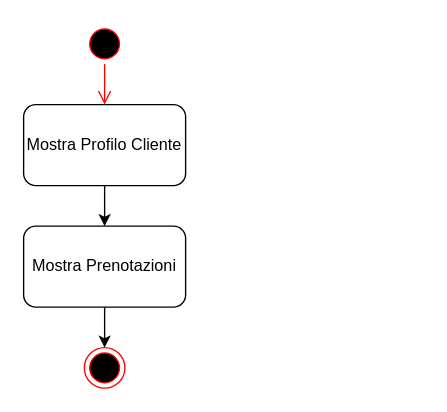
Above: Diagrammi_delle_attivita/Modificabili/diagramma_attivita_lista_prenotazioni_cliente.drawio in fd-col/ProgettoIngegneriaDelSoftware (draw.io), before the change. Source tidied: cells renumbered, new cells numbered last; positions are measured from the earlier drawing's top-left corner, leaving out a move shared by most shapes. Both pictures are drawn from the tidied source at 135%, with x=0, y=0 at pixel (23, 23).
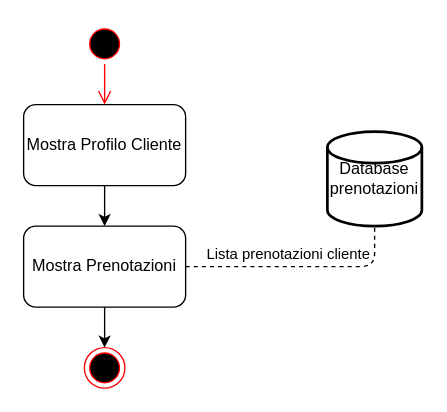
After the change.

Change to the diagram source:
```diff
@@
 <mxGraphModel>
   <root>
     <mxCell id="0" />
     <mxCell id="1" parent="0" />
     <mxCell id="2" style="ellipse;html=1;shape=startState;fillColor=#000000;strokeColor=#ff0000;" parent="1" vertex="1">
       <mxGeometry x="45" width="30" height="30" as="geometry" />
     </mxCell>
     <mxCell id="3" style="edgeStyle=orthogonalEdgeStyle;html=1;verticalAlign=bottom;endArrow=open;endSize=8;strokeColor=#ff0000;" parent="1" edge="1" source="2">
       <mxGeometry relative="1" as="geometry">
         <mxPoint x="60" y="60" as="targetPoint" />
       </mxGeometry>
     </mxCell>
     <mxCell id="4" style="edgeStyle=orthogonalEdgeStyle;rounded=0;jettySize=auto;html=1;" parent="1" edge="1" source="5" target="7">
       <mxGeometry relative="1" as="geometry" />
     </mxCell>
     <mxCell id="5" value="Mostra Profilo Cliente" style="rounded=1;whiteSpace=wrap;html=1;" parent="1" vertex="1">
       <mxGeometry y="60" width="120" height="60" as="geometry" />
     </mxCell>
     <mxCell id="6" style="edgeStyle=orthogonalEdgeStyle;rounded=0;jettySize=auto;html=1;" parent="1" edge="1" source="7">
       <mxGeometry relative="1" as="geometry">
         <mxPoint x="60" y="240" as="targetPoint" />
       </mxGeometry>
     </mxCell>
     <mxCell id="7" value="Mostra Prenotazioni" style="rounded=1;whiteSpace=wrap;html=1;" parent="1" vertex="1">
       <mxGeometry y="150" width="120" height="60" as="geometry" />
     </mxCell>
     <mxCell id="8" style="ellipse;html=1;shape=endState;fillColor=#000000;strokeColor=#ff0000;" parent="1" vertex="1">
       <mxGeometry x="45" y="240" width="30" height="30" as="geometry" />
     </mxCell>
+    <mxCell id="9" value="Database&lt;br&gt;prenotazioni" style="strokeWidth=2;html=1;shape=mxgraph.flowchart.database;whiteSpace=wrap;" parent="1" vertex="1">
+      <mxGeometry x="225" y="80" width="70" height="70" as="geometry" />
+    </mxCell>
+    <mxCell id="10" style="endArrow=none;dashed=1;html=1;exitX=1;exitY=0.5;exitDx=0;exitDy=0;entryX=0.5;entryY=1;entryDx=0;entryDy=0;entryPerimeter=0;" parent="1" edge="1" source="7" target="9">
+      <mxGeometry relative="1" as="geometry">
+        <Array as="points">
+          <mxPoint x="260" y="180" />
+        </Array>
+      </mxGeometry>
+    </mxCell>
+    <mxCell id="11" value="Lista prenotazioni cliente" style="edgeLabel;html=1;align=center;verticalAlign=middle;" parent="10" vertex="1">
+      <mxGeometry x="0.11" y="-1" relative="1" as="geometry">
+        <mxPoint x="-19" y="-11" as="offset" />
+      </mxGeometry>
+    </mxCell>
   </root>
 </mxGraphModel>
```
